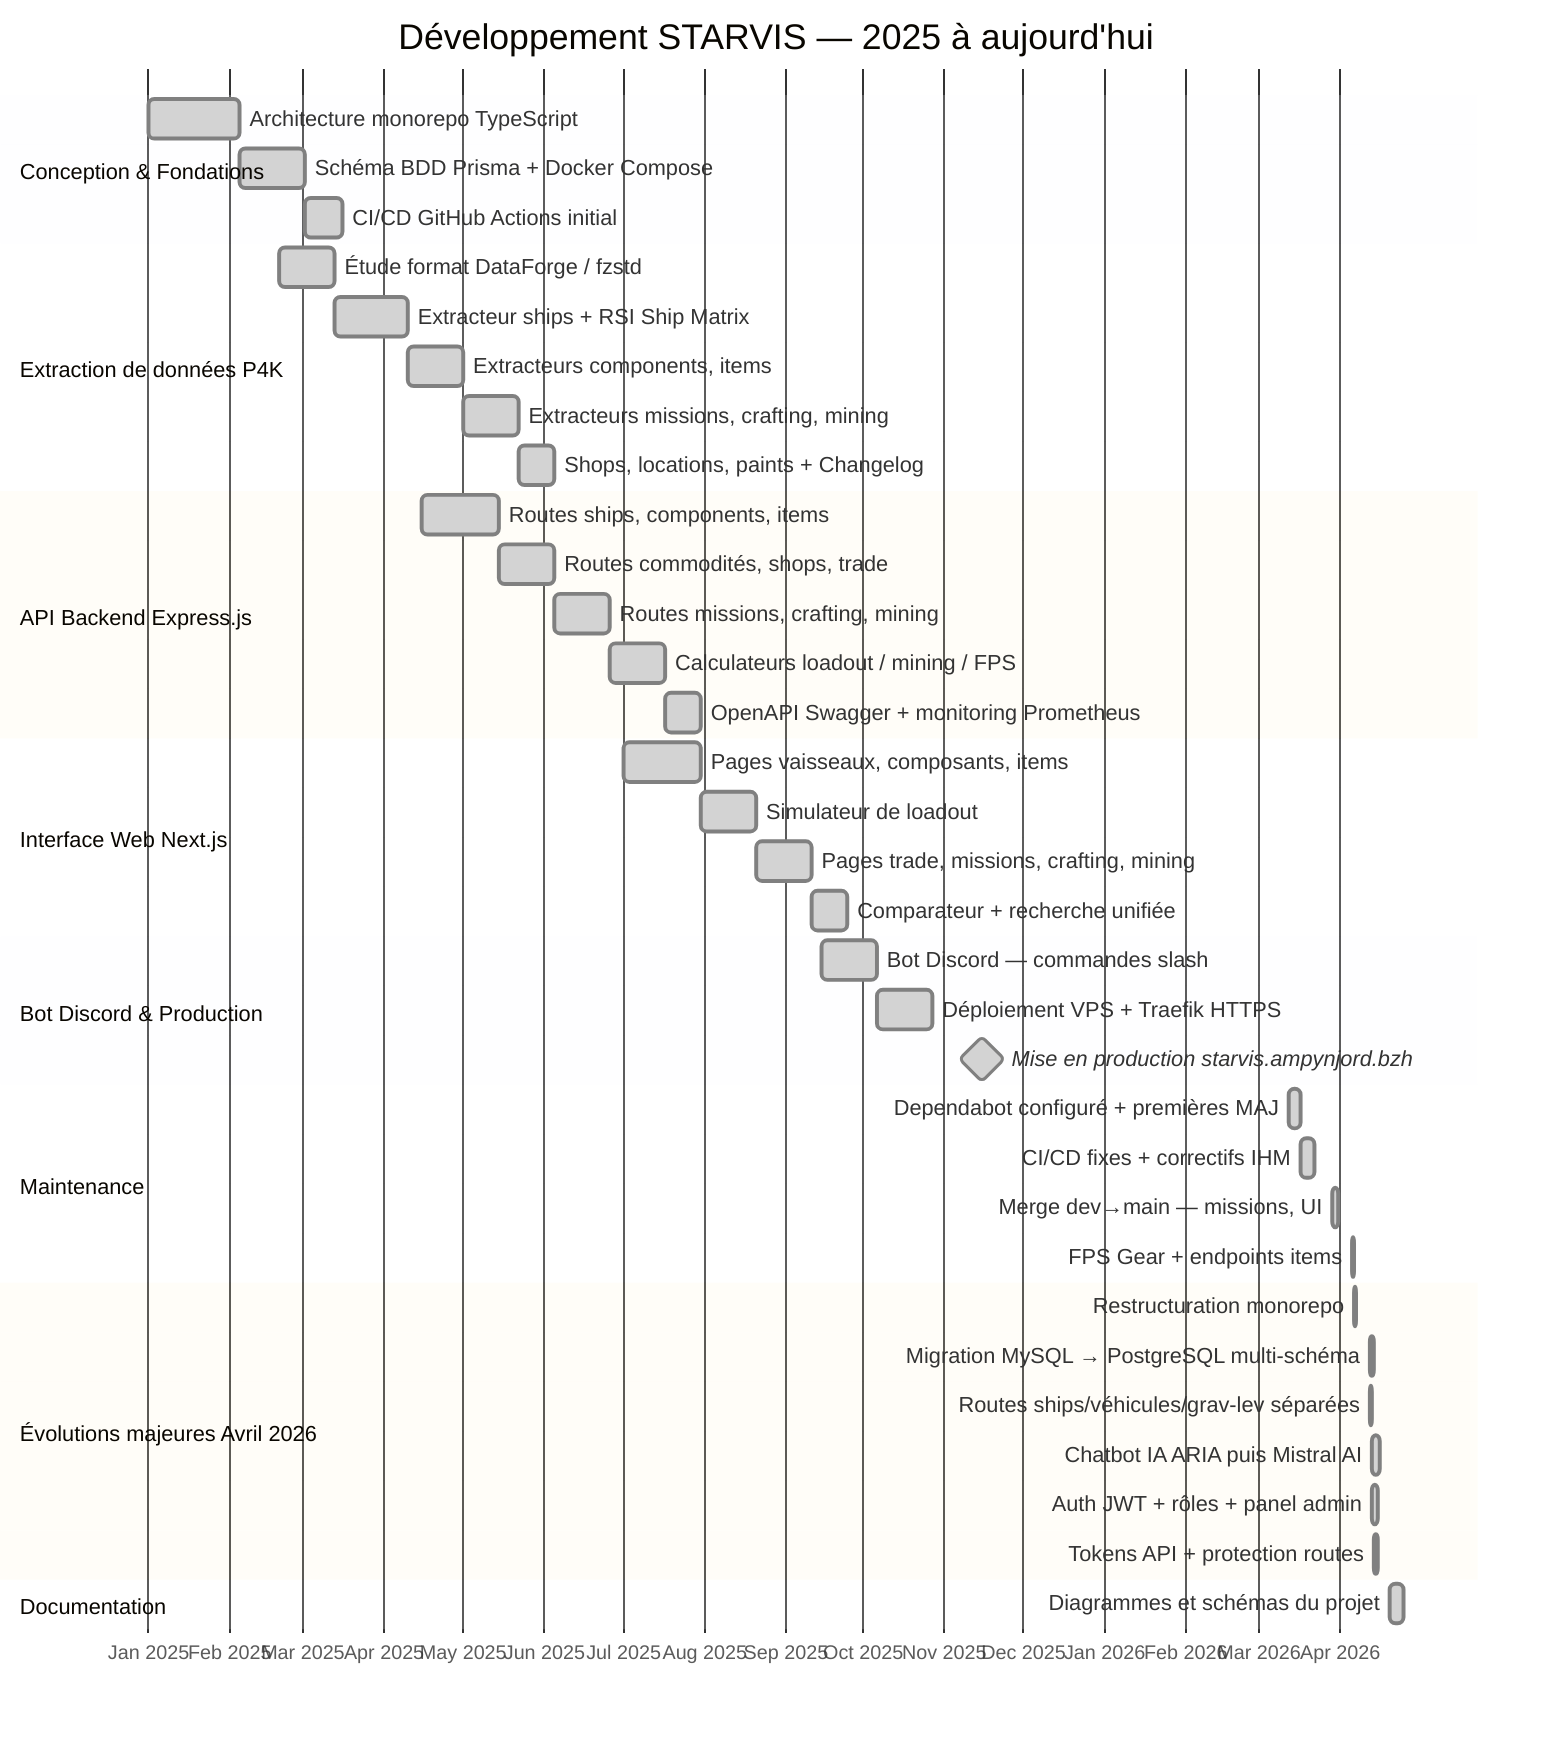
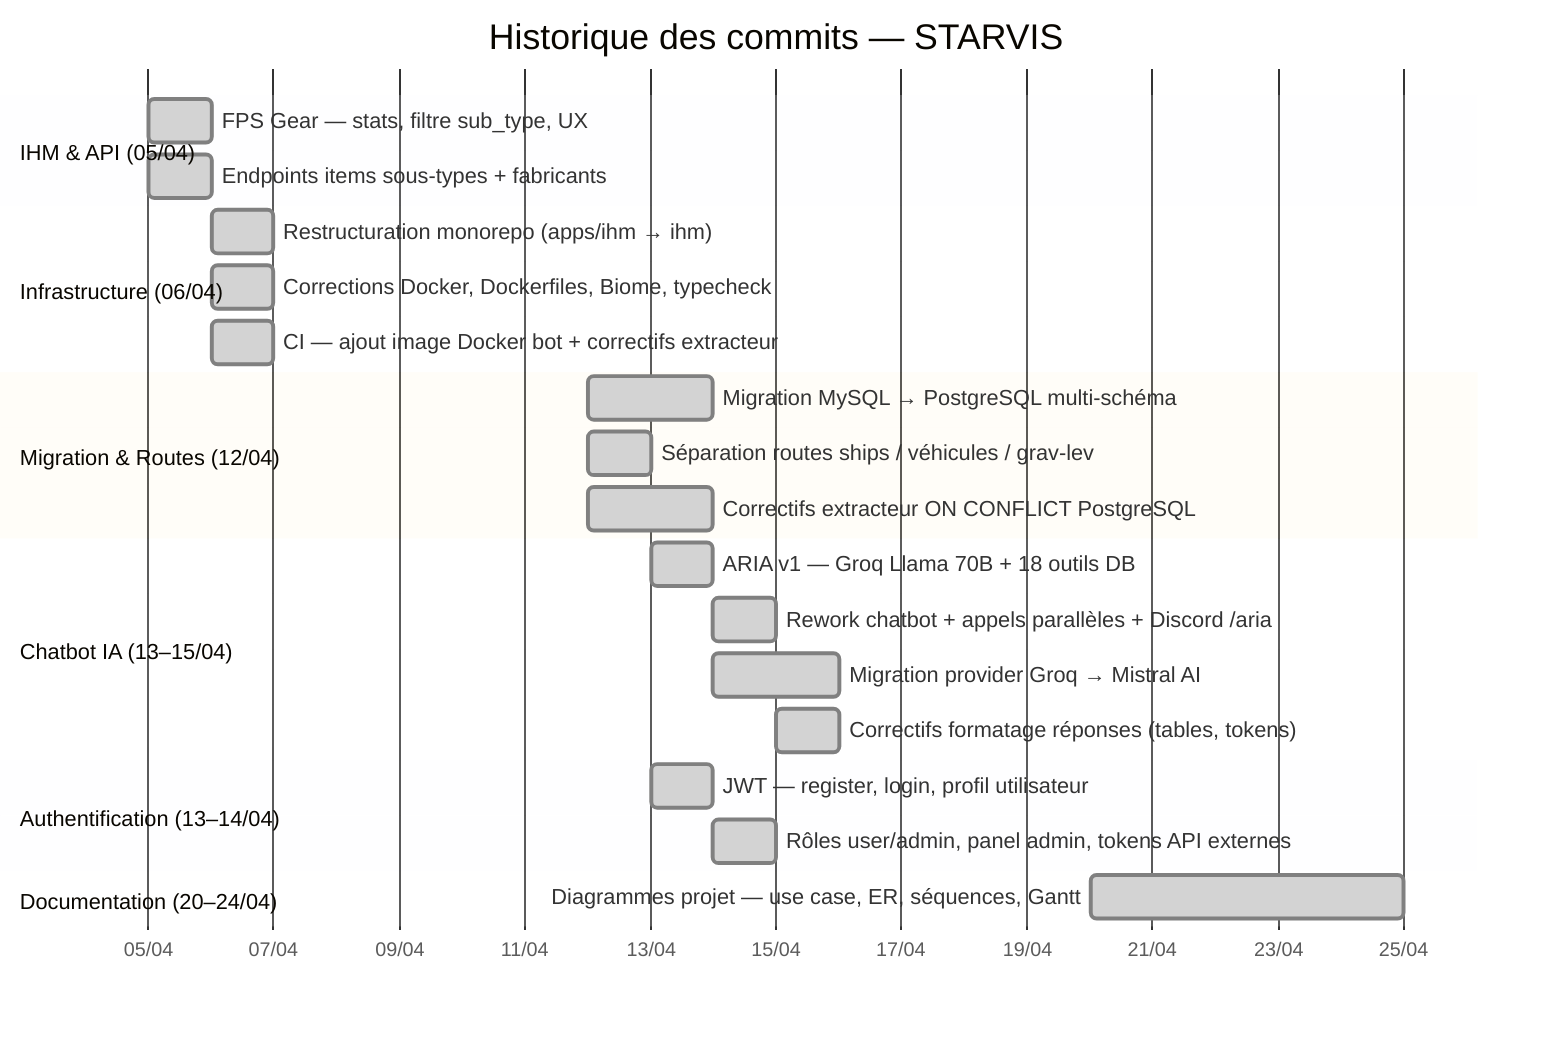
- %%{init: {'theme': 'base', 'themeVariables': {'background': '#ffffff', 'mainBkg': '#ffffff', 'fontSize': '12px', 'fontFamily': 'Arial'}, 'gantt': {'useMaxWidth': true, 'barHeight': 20, 'barGap': 5, 'topPadding': 50}}}%%
+ %%{init: {'theme': 'base', 'themeVariables': {'background': '#ffffff', 'mainBkg': '#ffffff', 'fontSize': '13px', 'fontFamily': 'Arial'}, 'gantt': {'useMaxWidth': true, 'barHeight': 22, 'barGap': 6, 'topPadding': 50}}}%%
gantt
-     title Développement STARVIS — 2025 à aujourd'hui
+     title Historique des commits — STARVIS
    dateFormat  YYYY-MM-DD
-     axisFormat  %b %Y
+     axisFormat  %d/%m

-     section Conception & Fondations
-     Architecture monorepo TypeScript         :done, fnd1, 2025-01-01, 35d
-     Schéma BDD Prisma + Docker Compose       :done, fnd2, after fnd1, 25d
-     CI/CD GitHub Actions initial             :done, fnd3, after fnd2, 14d
+     section IHM & API (05/04)
+     FPS Gear — stats, filtre sub_type, UX               :done, 2026-04-05, 1d
+     Endpoints items sous-types + fabricants              :done, 2026-04-05, 1d

-     section Extraction de données P4K
-     Étude format DataForge / fzstd           :done, ext1, 2025-02-20, 21d
-     Extracteur ships + RSI Ship Matrix       :done, ext2, after ext1, 28d
-     Extracteurs components, items            :done, ext3, after ext2, 21d
-     Extracteurs missions, crafting, mining   :done, ext4, after ext3, 21d
-     Shops, locations, paints + Changelog     :done, ext5, after ext4, 14d
+     section Infrastructure (06/04)
+     Restructuration monorepo (apps/ihm → ihm)            :done, 2026-04-06, 1d
+     Corrections Docker, Dockerfiles, Biome, typecheck    :done, 2026-04-06, 1d
+     CI — ajout image Docker bot + correctifs extracteur  :done, 2026-04-06, 1d

-     section API Backend Express.js
-     Routes ships, components, items          :done, api1, 2025-04-15, 30d
-     Routes commodités, shops, trade          :done, api2, after api1, 21d
-     Routes missions, crafting, mining        :done, api3, after api2, 21d
-     Calculateurs loadout / mining / FPS      :done, api4, after api3, 21d
-     OpenAPI Swagger + monitoring Prometheus  :done, api5, after api4, 14d
+     section Migration & Routes (12/04)
+     Migration MySQL → PostgreSQL multi-schéma            :done, 2026-04-12, 2d
+     Séparation routes ships / véhicules / grav-lev       :done, 2026-04-12, 1d
+     Correctifs extracteur ON CONFLICT PostgreSQL         :done, 2026-04-12, 2d

-     section Interface Web Next.js
-     Pages vaisseaux, composants, items       :done, ihm1, 2025-07-01, 30d
-     Simulateur de loadout                    :done, ihm2, after ihm1, 21d
-     Pages trade, missions, crafting, mining  :done, ihm3, after ihm2, 21d
-     Comparateur + recherche unifiée          :done, ihm4, after ihm3, 14d
+     section Chatbot IA (13–15/04)
+     ARIA v1 — Groq Llama 70B + 18 outils DB             :done, 2026-04-13, 1d
+     Rework chatbot + appels parallèles + Discord /aria   :done, 2026-04-14, 1d
+     Migration provider Groq → Mistral AI                 :done, 2026-04-14, 2d
+     Correctifs formatage réponses (tables, tokens)       :done, 2026-04-15, 1d

-     section Bot Discord & Production
-     Bot Discord — commandes slash            :done, bot1, 2025-09-15, 21d
-     Déploiement VPS + Traefik HTTPS          :done, dep1, after bot1, 21d
-     Mise en production starvis.ampynjord.bzh :milestone, done, prod, 2025-11-15, 0d
+     section Authentification (13–14/04)
+     JWT — register, login, profil utilisateur            :done, 2026-04-13, 1d
+     Rôles user/admin, panel admin, tokens API externes   :done, 2026-04-14, 1d

-     section Maintenance
-     Dependabot configuré + premières MAJ     :done, mnt1, 2026-03-12, 5d
-     CI/CD fixes + correctifs IHM             :done, mnt2, 2026-03-17, 5d
-     Merge dev→main — missions, UI            :done, mnt3, 2026-03-29, 2d
-     FPS Gear + endpoints items               :done, mnt4, 2026-04-05, 1d
- 
-     section Évolutions majeures Avril 2026
-     Restructuration monorepo                 :done, ev1, 2026-04-06, 1d
-     Migration MySQL → PostgreSQL multi-schéma:done, ev2, 2026-04-12, 2d
-     Routes ships/véhicules/grav-lev séparées :done, ev3, 2026-04-12, 1d
-     Chatbot IA ARIA puis Mistral AI          :done, ev4, 2026-04-13, 3d
-     Auth JWT + rôles + panel admin           :done, ev5, 2026-04-13, 2d
-     Tokens API + protection routes           :done, ev6, 2026-04-14, 1d
- 
-     section Documentation
-     Diagrammes et schémas du projet          :done, doc1, 2026-04-20, 5d
+     section Documentation (20–24/04)
+     Diagrammes projet — use case, ER, séquences, Gantt   :done, 2026-04-20, 5d
